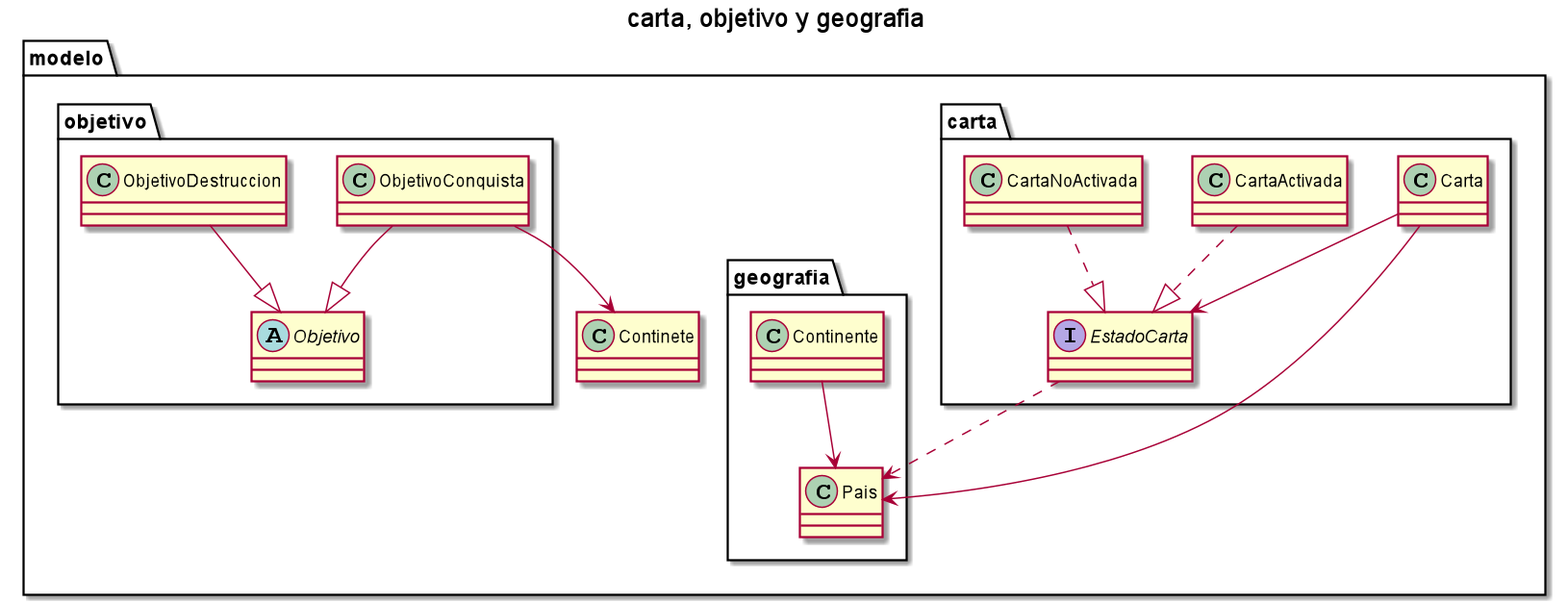
This is docs/diagramas/diagramas de paquete/carta_objetivo_geografia.png from nauee/Algo3-TP2, a PlantUML export, as it was before one commit. Source of this version:
```plantuml
@startuml

title carta, objetivo y geografia

package modelo {
    package carta {
        class Carta
        interface EstadoCarta
        class CartaActivada
        class CartaNoActivada
    }

    package geografia {
        class Continente
        class Pais
    }

    package objetivo {
        abstract class Objetivo
        class ObjetivoConquista
        class ObjetivoDestruccion
    }

    CartaActivada ..|> EstadoCarta
    CartaNoActivada ..|> EstadoCarta
    Carta --> EstadoCarta
    Continente --> Pais
    EstadoCarta ..> Pais
    ObjetivoConquista --|> Objetivo
    ObjetivoDestruccion --|> Objetivo
    Carta --> Pais
    ObjetivoConquista --> Continete
}

@enduml
```
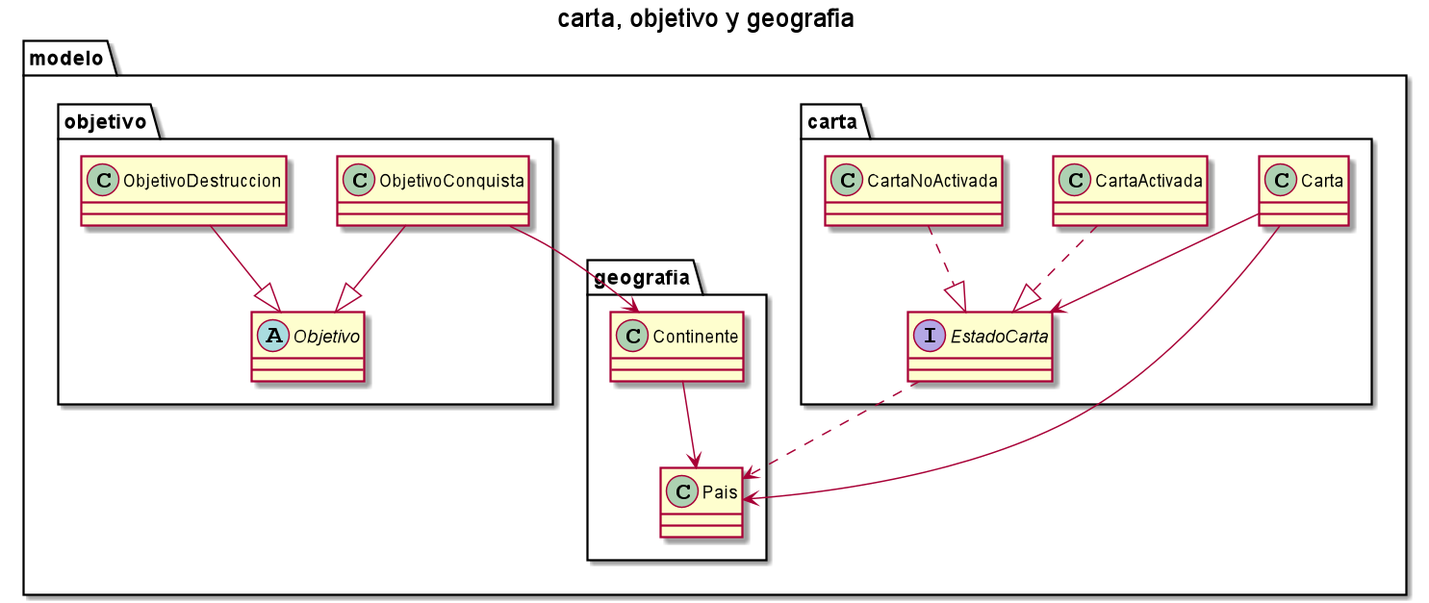
Above is the later version.

Commit message:
Arreglo menor

Diff of the diagram source:
```diff
@@ -29,7 +29,7 @@
     ObjetivoConquista --|> Objetivo
     ObjetivoDestruccion --|> Objetivo
     Carta --> Pais
-    ObjetivoConquista --> Continete
+    ObjetivoConquista --> Continente
 }
 
 @enduml
```
